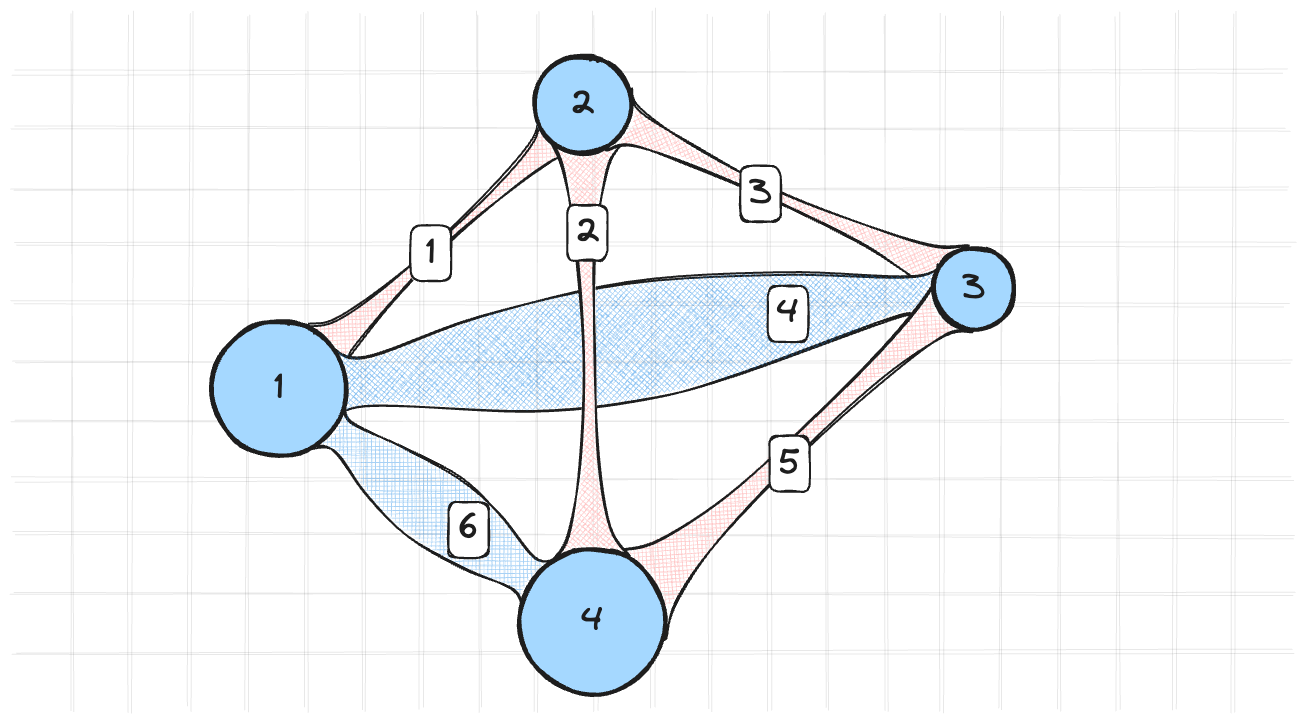
kozakromch/game_physics_2 keeps this Excalidraw diagram as assets/images/constraints/hitman/many_delta.excalidraw.png. Above is the earlier version. Source tidied: one line per element, renumbered; positions are measured from the earlier drawing's top-left corner, leaving out a move shared by most shapes.
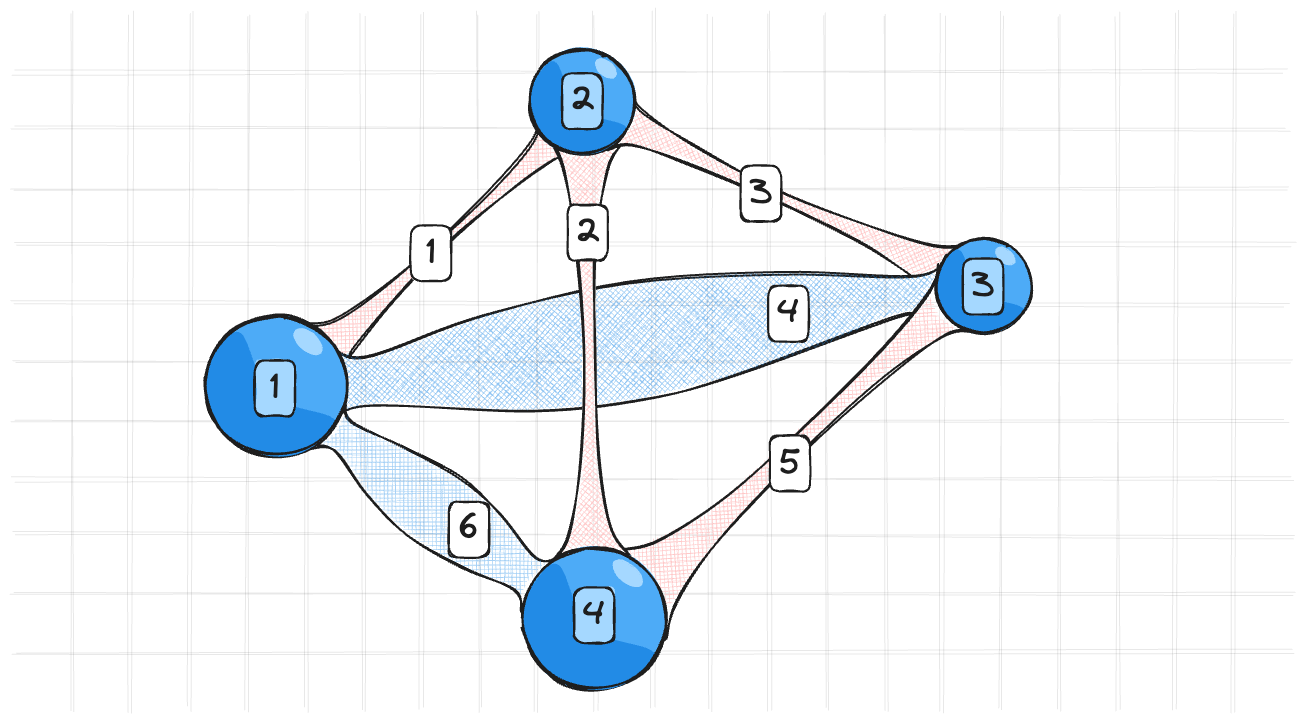
Above is the later version.

The edit, as a diff of the source:
```diff
@@ -6,31 +6,31 @@
 {"id": 5, "type": "line", "strokeColor": "#1e1e1e", "strokeWidth": 1, "roughness": 2, "opacity": 10, "round": true, "x": 290, "y": 364, "width": 1272, "height": 0, "points": [[0, 0], [1272, 0]]}
-{"id": 6, "type": "line", "strokeColor": "#1e1e1e", "strokeWidth": 1, "roughness": 2, "opacity": 10, "round": true, "x": 290, "y": 73, "width": 1275, "height": 0, "points": [[0, 0], [1275, 0]]}
+{"id": 6, "type": "line", "strokeColor": "#1e1e1e", "strokeWidth": 1, "roughness": 2, "opacity": 10, "round": true, "x": 289, "y": 74, "width": 1275, "height": 0, "points": [[0, 0], [1275, 0]]}
 {"id": 7, "type": "line", "strokeColor": "#1e1e1e", "strokeWidth": 1, "roughness": 2, "opacity": 10, "round": true, "x": 290, "y": 422, "width": 1280, "height": 0, "points": [[0, 0], [1280, 0]]}
 {"id": 8, "type": "line", "strokeColor": "#1e1e1e", "strokeWidth": 1, "roughness": 2, "opacity": 10, "round": true, "x": 290, "y": 132, "width": 1273, "height": 0, "points": [[0, 0], [1273, 0]]}
-{"id": 9, "type": "line", "strokeColor": "#1e1e1e", "strokeWidth": 1, "roughness": 2, "opacity": 10, "round": true, "x": 290, "y": 479, "width": 1278, "height": 0, "points": [[0, 0], [1278, 0]]}
+{"id": 9, "type": "line", "strokeColor": "#1e1e1e", "strokeWidth": 1, "roughness": 2, "opacity": 10, "round": true, "x": 290, "y": 480, "width": 1278, "height": 0, "points": [[0, 0], [1278, 0]]}
 {"id": 10, "type": "line", "strokeColor": "#1e1e1e", "strokeWidth": 1, "roughness": 2, "opacity": 10, "round": true, "x": 290, "y": 189, "width": 1280, "height": 0, "points": [[0, 0], [1280, 0]]}
 {"id": 11, "type": "line", "strokeColor": "#1e1e1e", "strokeWidth": 1, "roughness": 2, "opacity": 10, "round": true, "x": 289, "y": 537, "width": 1282, "height": 0, "points": [[0, 0], [1282, 0]]}
-{"id": 12, "type": "line", "strokeColor": "#1e1e1e", "strokeWidth": 1, "roughness": 2, "opacity": 10, "round": true, "x": 290, "y": 248, "width": 1271, "height": 0, "points": [[0, 0], [1271, 0]]}
+{"id": 12, "type": "line", "strokeColor": "#1e1e1e", "strokeWidth": 1, "roughness": 2, "opacity": 10, "round": true, "x": 290, "y": 249, "width": 1271, "height": 0, "points": [[0, 0], [1271, 0]]}
-{"id": 13, "type": "line", "strokeColor": "#1e1e1e", "strokeWidth": 1, "roughness": 2, "opacity": 10, "round": true, "x": 290, "y": 595, "width": 1279, "height": 0, "points": [[0, 0], [1279, 0]]}
+{"id": 13, "type": "line", "strokeColor": "#1e1e1e", "strokeWidth": 1, "roughness": 2, "opacity": 10, "round": true, "x": 289, "y": 596, "width": 1279, "height": 0, "points": [[0, 0], [1279, 0]]}
-{"id": 14, "type": "line", "strokeColor": "#1e1e1e", "strokeWidth": 1, "roughness": 2, "opacity": 10, "round": true, "x": 291, "y": 305, "width": 1277, "height": 0, "points": [[0, 0], [1277, 0]]}
+{"id": 14, "type": "line", "strokeColor": "#1e1e1e", "strokeWidth": 1, "roughness": 2, "opacity": 10, "round": true, "x": 290, "y": 305, "width": 1277, "height": 0, "points": [[0, 0], [1277, 0]]}
 {"id": 15, "type": "line", "strokeColor": "#1e1e1e", "angle": 1.57, "strokeWidth": 1, "roughness": 2, "opacity": 10, "round": true, "x": 581, "y": 304, "width": 696, "height": 0, "points": [[0, 0], [696, 0]]}
-{"id": 16, "type": "line", "strokeColor": "#1e1e1e", "angle": 1.57, "strokeWidth": 1, "roughness": 2, "opacity": 10, "round": true, "x": 233, "y": 305, "width": 696, "height": 0, "points": [[0, 0], [696, 0]]}
+{"id": 16, "type": "line", "strokeColor": "#1e1e1e", "angle": 1.57, "strokeWidth": 1, "roughness": 2, "opacity": 10, "round": true, "x": 232, "y": 306, "width": 696, "height": 0, "points": [[0, 0], [696, 0]]}
-{"id": 17, "type": "line", "strokeColor": "#1e1e1e", "angle": 1.57, "strokeWidth": 1, "roughness": 2, "opacity": 10, "round": true, "x": 523, "y": 305, "width": 697, "height": 0, "points": [[0, 0], [697, 0]]}
+{"id": 17, "type": "line", "strokeColor": "#1e1e1e", "angle": 1.57, "strokeWidth": 1, "roughness": 2, "opacity": 10, "round": true, "x": 522, "y": 306, "width": 697, "height": 0, "points": [[0, 0], [697, 0]]}
 {"id": 18, "type": "line", "strokeColor": "#1e1e1e", "angle": 1.57, "strokeWidth": 1, "roughness": 2, "opacity": 10, "round": true, "x": 174, "y": 305, "width": 697, "height": 0, "points": [[0, 0], [697, 0]]}
-{"id": 19, "type": "line", "strokeColor": "#1e1e1e", "angle": 1.57, "strokeWidth": 1, "roughness": 2, "opacity": 10, "round": true, "x": 465, "y": 305, "width": 697, "height": 0, "points": [[0, 0], [697, 0]]}
+{"id": 19, "type": "line", "strokeColor": "#1e1e1e", "angle": 1.57, "strokeWidth": 1, "roughness": 2, "opacity": 10, "round": true, "x": 464, "y": 305, "width": 697, "height": 0, "points": [[0, 0], [697, 0]]}
-{"id": 20, "type": "line", "strokeColor": "#1e1e1e", "angle": 1.57, "strokeWidth": 1, "roughness": 2, "opacity": 10, "round": true, "x": 116, "y": 305, "width": 697, "height": 0, "points": [[0, 0], [697, 0]]}
+{"id": 20, "type": "line", "strokeColor": "#1e1e1e", "angle": 1.57, "strokeWidth": 1, "roughness": 2, "opacity": 10, "round": true, "x": 116, "y": 306, "width": 697, "height": 0, "points": [[0, 0], [697, 0]]}
 {"id": 21, "type": "line", "strokeColor": "#1e1e1e", "angle": 1.57, "strokeWidth": 1, "roughness": 2, "opacity": 10, "round": true, "x": 406, "y": 305, "width": 697, "height": 0, "points": [[0, 0], [697, 0]]}
 {"id": 22, "type": "line", "strokeColor": "#1e1e1e", "angle": 1.57, "strokeWidth": 1, "roughness": 2, "opacity": 10, "round": true, "x": 58, "y": 305, "width": 697, "height": 0, "points": [[0, 0], [697, 0]]}
-{"id": 23, "type": "line", "strokeColor": "#1e1e1e", "angle": 1.57, "strokeWidth": 1, "roughness": 2, "opacity": 10, "round": true, "x": 349, "y": 305, "width": 697, "height": 0, "points": [[0, 0], [697, 0]]}
+{"id": 23, "type": "line", "strokeColor": "#1e1e1e", "angle": 1.57, "strokeWidth": 1, "roughness": 2, "opacity": 10, "round": true, "x": 348, "y": 306, "width": 697, "height": 0, "points": [[0, 0], [697, 0]]}
 {"id": 24, "type": "line", "strokeColor": "#1e1e1e", "angle": 1.57, "strokeWidth": 1, "roughness": 2, "opacity": 10, "round": true, "x": 0, "y": 305, "width": 697, "height": 0, "points": [[0, 0], [697, 0]]}
 {"id": 25, "type": "line", "strokeColor": "#1e1e1e", "angle": 1.57, "strokeWidth": 1, "roughness": 2, "opacity": 10, "round": true, "x": 290, "y": 305, "width": 696, "height": 0, "points": [[0, 0], [696, 0]]}
-{"id": 26, "type": "line", "strokeColor": "#1e1e1e", "angle": 1.57, "strokeWidth": 1, "roughness": 2, "opacity": 10, "round": true, "x": 639, "y": 305, "width": 697, "height": 0, "points": [[0, 0], [697, 0]]}
+{"id": 26, "type": "line", "strokeColor": "#1e1e1e", "angle": 1.57, "strokeWidth": 1, "roughness": 2, "opacity": 10, "round": true, "x": 639, "y": 306, "width": 697, "height": 0, "points": [[0, 0], [697, 0]]}
 {"id": 27, "type": "line", "strokeColor": "#1e1e1e", "angle": 1.57, "strokeWidth": 1, "roughness": 2, "opacity": 10, "round": true, "x": 929, "y": 306, "width": 696, "height": 0, "points": [[0, 0], [696, 0]]}
 {"id": 28, "type": "line", "strokeColor": "#1e1e1e", "angle": 1.57, "strokeWidth": 1, "roughness": 2, "opacity": 10, "round": true, "x": 871, "y": 306, "width": 697, "height": 0, "points": [[0, 0], [697, 0]]}
-{"id": 29, "type": "line", "strokeColor": "#1e1e1e", "angle": 1.57, "strokeWidth": 1, "roughness": 2, "opacity": 10, "round": true, "x": 1161, "y": 305, "width": 697, "height": 0, "points": [[0, 0], [697, 0]]}
+{"id": 29, "type": "line", "strokeColor": "#1e1e1e", "angle": 1.57, "strokeWidth": 1, "roughness": 2, "opacity": 10, "round": true, "x": 1161, "y": 306, "width": 697, "height": 0, "points": [[0, 0], [697, 0]]}
 {"id": 30, "type": "line", "strokeColor": "#1e1e1e", "angle": 1.57, "strokeWidth": 1, "roughness": 2, "opacity": 10, "round": true, "x": 813, "y": 306, "width": 697, "height": 0, "points": [[0, 0], [697, 0]]}
 {"id": 31, "type": "line", "strokeColor": "#1e1e1e", "angle": 1.57, "strokeWidth": 1, "roughness": 2, "opacity": 10, "round": true, "x": 1103, "y": 305, "width": 697, "height": 0, "points": [[0, 0], [697, 0]]}
-{"id": 32, "type": "line", "strokeColor": "#1e1e1e", "angle": 1.57, "strokeWidth": 1, "roughness": 2, "opacity": 10, "round": true, "x": 755, "y": 306, "width": 697, "height": 0, "points": [[0, 0], [697, 0]]}
+{"id": 32, "type": "line", "strokeColor": "#1e1e1e", "angle": 1.57, "strokeWidth": 1, "roughness": 2, "opacity": 10, "round": true, "x": 754, "y": 306, "width": 697, "height": 0, "points": [[0, 0], [697, 0]]}
 {"id": 33, "type": "line", "strokeColor": "#1e1e1e", "angle": 1.57, "strokeWidth": 1, "roughness": 2, "opacity": 10, "round": true, "x": 1045, "y": 306, "width": 697, "height": 0, "points": [[0, 0], [697, 0]]}
-{"id": 34, "type": "line", "strokeColor": "#1e1e1e", "angle": 1.57, "strokeWidth": 1, "roughness": 2, "opacity": 10, "round": true, "x": 697, "y": 305, "width": 697, "height": 0, "points": [[0, 0], [697, 0]]}
+{"id": 34, "type": "line", "strokeColor": "#1e1e1e", "angle": 1.57, "strokeWidth": 1, "roughness": 2, "opacity": 10, "round": true, "x": 696, "y": 306, "width": 697, "height": 0, "points": [[0, 0], [697, 0]]}
 {"id": 35, "type": "line", "strokeColor": "#1e1e1e", "angle": 1.57, "strokeWidth": 1, "roughness": 2, "opacity": 10, "round": true, "x": 987, "y": 306, "width": 696, "height": 0, "points": [[0, 0], [696, 0]]}
@@ -46,4 +46,2 @@
 {"id": 45, "type": "line", "strokeColor": "transparent", "angle": 2.36, "backgroundColor": "#ffc9c9", "fillStyle": "cross-hatch", "strokeWidth": 1, "roughness": 1, "x": 1061, "y": 374, "width": 405, "height": 72, "points": [[0, 0], [88, -4], [164, -11], [207, -19], [192, 16], [195, 49], [114, 20], [-126, 11], [-198, 18], [-190, -2], [-194, -23], [-120, -5], [0, 0]]}
-{"id": 46, "type": "ellipse", "strokeColor": "#1e1e1e", "backgroundColor": "#a5d8ff", "fillStyle": "solid", "strokeWidth": 4, "roughness": 1, "round": true, "x": 810, "y": 0, "width": 97, "height": 97}
-{"id": 47, "type": "text", "text": "2", "strokeColor": "#1e1e1e", "backgroundColor": "#ffffff", "fillStyle": "solid", "strokeWidth": 2, "roughness": 1, "fontSize": 34.69, "fontFamily": 1, "textAlign": "center", "verticalAlign": "middle", "inside": 46, "x": 846, "y": 27, "width": 25, "height": 43}
 {"id": 48, "type": "line", "strokeColor": "#1e1e1e", "angle": 1.48, "strokeWidth": 2, "roughness": 1, "round": true, "x": 929, "y": 181, "width": 255, "height": 338, "points": [[0, 0], [28, 12], [80, 63], [150, 146], [212, 231], [250, 301], [255, 338]]}
@@ -53,5 +51,3 @@
 {"id": 52, "type": "rectangle", "strokeColor": "#1e1e1e", "backgroundColor": "#ffffff", "fillStyle": "solid", "strokeWidth": 2, "roughness": 1, "round": true, "x": 687, "y": 169, "width": 40, "height": 56}
-{"id": 53, "type": "text", "text": "1", "strokeColor": "#1e1e1e", "backgroundColor": "#ffffff", "fillStyle": "solid", "strokeWidth": 2, "roughness": 1, "fontSize": 34.69, "fontFamily": 1, "textAlign": "center", "verticalAlign": "middle", "inside": 52, "x": 703, "y": 175, "width": 9, "height": 43}
+{"id": 53, "type": "text", "text": "1", "strokeColor": "#1e1e1e", "backgroundColor": "#ffffff", "fillStyle": "solid", "strokeWidth": 2, "roughness": 1, "fontSize": 34.69, "fontFamily": 1, "textAlign": "center", "verticalAlign": "middle", "inside": 52, "x": 702, "y": 175, "width": 9, "height": 43}
-{"id": 54, "type": "ellipse", "strokeColor": "#1e1e1e", "backgroundColor": "#a5d8ff", "fillStyle": "solid", "strokeWidth": 4, "roughness": 1, "round": true, "x": 1209, "y": 191, "width": 82, "height": 82}
-{"id": 55, "type": "text", "text": "3", "strokeColor": "#1e1e1e", "backgroundColor": "#ffffff", "fillStyle": "solid", "strokeWidth": 2, "roughness": 1, "fontSize": 34.69, "fontFamily": 1, "textAlign": "center", "verticalAlign": "middle", "inside": 54, "x": 1238, "y": 210, "width": 24, "height": 43}
 {"id": 56, "type": "rectangle", "strokeColor": "#1e1e1e", "backgroundColor": "#ffffff", "fillStyle": "solid", "strokeWidth": 2, "roughness": 1, "round": true, "x": 843, "y": 148, "width": 40, "height": 56}
@@ -61,6 +57,2 @@
 {"id": 60, "type": "text", "text": "3", "strokeColor": "#1e1e1e", "backgroundColor": "#ffffff", "fillStyle": "solid", "strokeWidth": 2, "roughness": 1, "fontSize": 34.69, "fontFamily": 1, "textAlign": "center", "verticalAlign": "middle", "inside": 59, "x": 1025, "y": 116, "width": 24, "height": 43}
-{"id": 61, "type": "ellipse", "strokeColor": "#1e1e1e", "backgroundColor": "#a5d8ff", "fillStyle": "solid", "strokeWidth": 4, "roughness": 1, "round": true, "x": 796, "y": 492, "width": 146, "height": 146}
-{"id": 62, "type": "text", "text": "4", "strokeColor": "#1e1e1e", "backgroundColor": "#ffffff", "fillStyle": "solid", "strokeWidth": 2, "roughness": 1, "fontSize": 34.69, "fontFamily": 1, "textAlign": "center", "verticalAlign": "middle", "inside": 61, "x": 858, "y": 543, "width": 22, "height": 43}
-{"id": 63, "type": "ellipse", "strokeColor": "#1e1e1e", "backgroundColor": "#a5d8ff", "fillStyle": "solid", "strokeWidth": 4, "roughness": 1, "round": true, "x": 488, "y": 265, "width": 135, "height": 135}
-{"id": 64, "type": "text", "text": "1", "strokeColor": "#1e1e1e", "backgroundColor": "#ffffff", "fillStyle": "solid", "strokeWidth": 2, "roughness": 1, "fontSize": 34.69, "fontFamily": 1, "textAlign": "center", "verticalAlign": "middle", "inside": 63, "x": 551, "y": 311, "width": 9, "height": 43}
 {"id": 65, "type": "rectangle", "strokeColor": "#1e1e1e", "backgroundColor": "#ffffff", "fillStyle": "solid", "strokeWidth": 2, "roughness": 1, "round": true, "x": 1044, "y": 230, "width": 40, "height": 56}
@@ -71,1 +63,25 @@
 {"id": 70, "type": "text", "text": "6", "strokeColor": "#1e1e1e", "backgroundColor": "#ffffff", "fillStyle": "solid", "strokeWidth": 2, "roughness": 1, "fontSize": 34.69, "fontFamily": 1, "textAlign": "center", "verticalAlign": "middle", "inside": 69, "x": 734, "y": 452, "width": 22, "height": 43}
+{"id": 71, "type": "ellipse", "strokeColor": "#1e1e1e", "angle": 4.84, "backgroundColor": "#4dabf7", "fillStyle": "solid", "strokeWidth": 2, "roughness": 1, "x": 481, "y": 259, "width": 142, "height": 142}
+{"id": 72, "type": "line", "strokeColor": "transparent", "angle": 0.53, "backgroundColor": "#228be6", "fillStyle": "solid", "strokeWidth": 1, "roughness": 0, "round": true, "x": 533, "y": 396, "width": 139, "height": 97, "points": [[0, 0], [-23, -7], [-41, -20], [-56, -42], [-60, -72], [-48, -97], [8, -58], [70, -70], [79, -61], [71, -35], [57, -17], [33, -3], [0, 0]]}
+{"id": 73, "type": "ellipse", "strokeColor": "#a5d8ff", "angle": 0.7, "backgroundColor": "#a5d8ff", "fillStyle": "solid", "strokeWidth": 1, "roughness": 1, "round": true, "x": 567, "y": 276, "width": 33, "height": 19}
+{"id": 74, "type": "ellipse", "strokeColor": "#1e1e1e", "strokeWidth": 2, "roughness": 1, "round": true, "x": 481, "y": 260, "width": 142, "height": 139}
+{"id": 75, "type": "rectangle", "strokeColor": "#1e1e1e", "backgroundColor": "#a5d8ff", "fillStyle": "solid", "strokeWidth": 2, "roughness": 1, "round": true, "x": 531, "y": 304, "width": 40, "height": 56}
+{"id": 64, "type": "text", "text": "1", "strokeColor": "#1e1e1e", "backgroundColor": "#ffffff", "fillStyle": "solid", "strokeWidth": 2, "roughness": 1, "fontSize": 34.69, "fontFamily": 1, "textAlign": "center", "verticalAlign": "middle", "inside": 75, "x": 546, "y": 311, "width": 9, "height": 43}
+{"id": 76, "type": "ellipse", "strokeColor": "#1e1e1e", "angle": 4.84, "backgroundColor": "#4dabf7", "fillStyle": "solid", "strokeWidth": 2, "roughness": 1, "x": 799, "y": 491, "width": 144, "height": 144}
+{"id": 77, "type": "line", "strokeColor": "transparent", "angle": 0.53, "backgroundColor": "#228be6", "fillStyle": "solid", "strokeWidth": 1, "roughness": 0, "round": true, "x": 851, "y": 629, "width": 141, "height": 98, "points": [[0, 0], [-24, -7], [-42, -20], [-56, -42], [-61, -73], [-48, -98], [8, -59], [71, -70], [80, -62], [72, -36], [58, -17], [33, -3], [0, 0]]}
+{"id": 78, "type": "ellipse", "strokeColor": "#a5d8ff", "angle": 0.7, "backgroundColor": "#a5d8ff", "fillStyle": "solid", "strokeWidth": 1, "roughness": 1, "round": true, "x": 886, "y": 509, "width": 35, "height": 17}
+{"id": 79, "type": "ellipse", "strokeColor": "#1e1e1e", "strokeWidth": 2, "roughness": 1, "round": true, "x": 799, "y": 492, "width": 144, "height": 140}
+{"id": 80, "type": "rectangle", "strokeColor": "#1e1e1e", "backgroundColor": "#a5d8ff", "fillStyle": "solid", "strokeWidth": 2, "roughness": 1, "round": true, "x": 850, "y": 531, "width": 40, "height": 56}
+{"id": 62, "type": "text", "text": "4", "strokeColor": "#1e1e1e", "backgroundColor": "#ffffff", "fillStyle": "solid", "strokeWidth": 2, "roughness": 1, "fontSize": 34.69, "fontFamily": 1, "textAlign": "center", "verticalAlign": "middle", "inside": 80, "x": 859, "y": 538, "width": 22, "height": 43}
+{"id": 81, "type": "ellipse", "strokeColor": "#1e1e1e", "angle": 4.84, "backgroundColor": "#4dabf7", "fillStyle": "solid", "strokeWidth": 2, "roughness": 1, "x": 805, "y": -7, "width": 106, "height": 106}
+{"id": 82, "type": "line", "strokeColor": "transparent", "angle": 0.53, "backgroundColor": "#228be6", "fillStyle": "solid", "strokeWidth": 1, "roughness": 0, "round": true, "x": 844, "y": 95, "width": 104, "height": 72, "points": [[0, 0], [-18, -5], [-31, -15], [-42, -31], [-45, -54], [-35, -72], [6, -44], [52, -52], [59, -46], [53, -26], [43, -12], [24, -2], [0, 0]]}
+{"id": 83, "type": "ellipse", "strokeColor": "#a5d8ff", "angle": 0.7, "backgroundColor": "#a5d8ff", "fillStyle": "solid", "strokeWidth": 1, "roughness": 1, "round": true, "x": 869, "y": 5, "width": 25, "height": 14}
+{"id": 84, "type": "ellipse", "strokeColor": "#1e1e1e", "strokeWidth": 2, "roughness": 1, "round": true, "x": 805, "y": -6, "width": 106, "height": 103}
+{"id": 85, "type": "rectangle", "strokeColor": "#1e1e1e", "backgroundColor": "#a5d8ff", "fillStyle": "solid", "strokeWidth": 2, "roughness": 1, "round": true, "x": 838, "y": 17, "width": 40, "height": 56}
+{"id": 47, "type": "text", "text": "2", "strokeColor": "#1e1e1e", "backgroundColor": "#ffffff", "fillStyle": "solid", "strokeWidth": 2, "roughness": 1, "fontSize": 34.69, "fontFamily": 1, "textAlign": "center", "verticalAlign": "middle", "inside": 85, "x": 846, "y": 23, "width": 25, "height": 43}
+{"id": 86, "type": "ellipse", "strokeColor": "#1e1e1e", "angle": 4.84, "backgroundColor": "#4dabf7", "fillStyle": "solid", "strokeWidth": 2, "roughness": 1, "x": 1212, "y": 182, "width": 95, "height": 95}
+{"id": 87, "type": "line", "strokeColor": "transparent", "angle": 0.53, "backgroundColor": "#228be6", "fillStyle": "solid", "strokeWidth": 1, "roughness": 0, "round": true, "x": 1247, "y": 274, "width": 94, "height": 65, "points": [[0, 0], [-16, -4], [-28, -14], [-38, -28], [-41, -48], [-32, -65], [5, -39], [47, -47], [53, -41], [48, -24], [38, -11], [22, -2], [0, 0]]}
+{"id": 88, "type": "ellipse", "strokeColor": "#a5d8ff", "angle": 0.7, "backgroundColor": "#a5d8ff", "fillStyle": "solid", "strokeWidth": 1, "roughness": 1, "round": true, "x": 1270, "y": 194, "width": 22, "height": 13}
+{"id": 89, "type": "ellipse", "strokeColor": "#1e1e1e", "strokeWidth": 2, "roughness": 1, "round": true, "x": 1212, "y": 183, "width": 96, "height": 93}
+{"id": 90, "type": "rectangle", "strokeColor": "#1e1e1e", "backgroundColor": "#a5d8ff", "fillStyle": "solid", "strokeWidth": 2, "roughness": 1, "round": true, "x": 1239, "y": 203, "width": 40, "height": 56}
+{"id": 55, "type": "text", "text": "3", "strokeColor": "#1e1e1e", "backgroundColor": "#ffffff", "fillStyle": "solid", "strokeWidth": 2, "roughness": 1, "fontSize": 34.69, "fontFamily": 1, "textAlign": "center", "verticalAlign": "middle", "inside": 90, "x": 1247, "y": 209, "width": 24, "height": 43}
```
